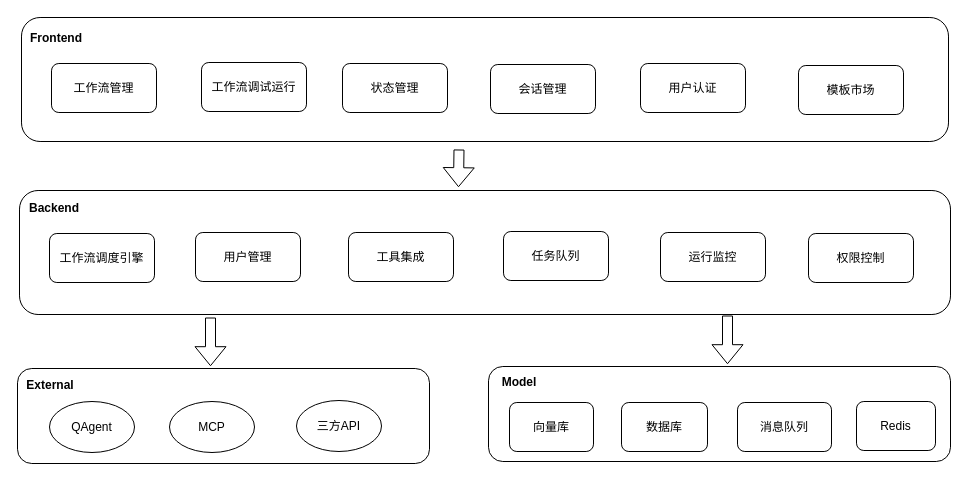
Before: diagrams/Agent-Workflow-Design.drawio in neoalvin/draw.io, a draw.io diagram. Source tidied: cells renumbered, new cells numbered last; positions are measured from the earlier drawing's top-left corner, leaving out a move shared by most shapes. Both pictures are drawn from the tidied source at 100%, with x=0, y=0 at pixel (17, 17).
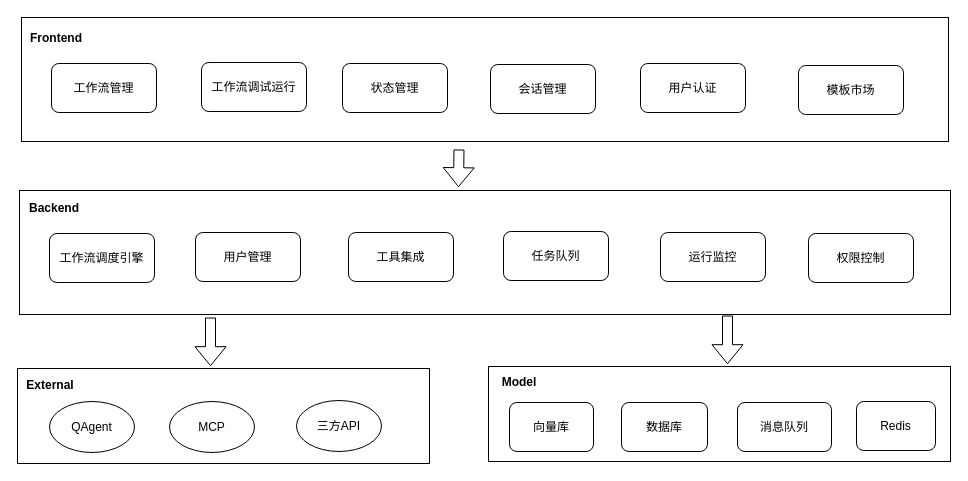
The same page after the edit.

Change to the diagram source:
```diff
@@
-    <mxCell id="2" style="rounded=1;whiteSpace=wrap;html=1;" parent="1" vertex="1">
+    <mxCell id="2" style="rounded=0;whiteSpace=wrap;html=1;" parent="1" vertex="1">
       <mxGeometry x="4" width="927" height="124" as="geometry" />
     </mxCell>
@@
-    <mxCell id="8" style="rounded=1;whiteSpace=wrap;html=1;" parent="1" vertex="1">
+    <mxCell id="8" style="rounded=0;whiteSpace=wrap;html=1;" parent="1" vertex="1">
       <mxGeometry x="2" y="173" width="931" height="124" as="geometry" />
     </mxCell>
@@
-    <mxCell id="20" style="rounded=1;whiteSpace=wrap;html=1;" parent="1" vertex="1">
+    <mxCell id="20" style="rounded=0;whiteSpace=wrap;html=1;" parent="1" vertex="1">
       <mxGeometry y="351" width="412" height="95" as="geometry" />
     </mxCell>
@@
-    <mxCell id="25" style="rounded=1;whiteSpace=wrap;html=1;" parent="1" vertex="1">
+    <mxCell id="25" style="rounded=0;whiteSpace=wrap;html=1;" parent="1" vertex="1">
       <mxGeometry x="471" y="349" width="462" height="95" as="geometry" />
     </mxCell>
```
